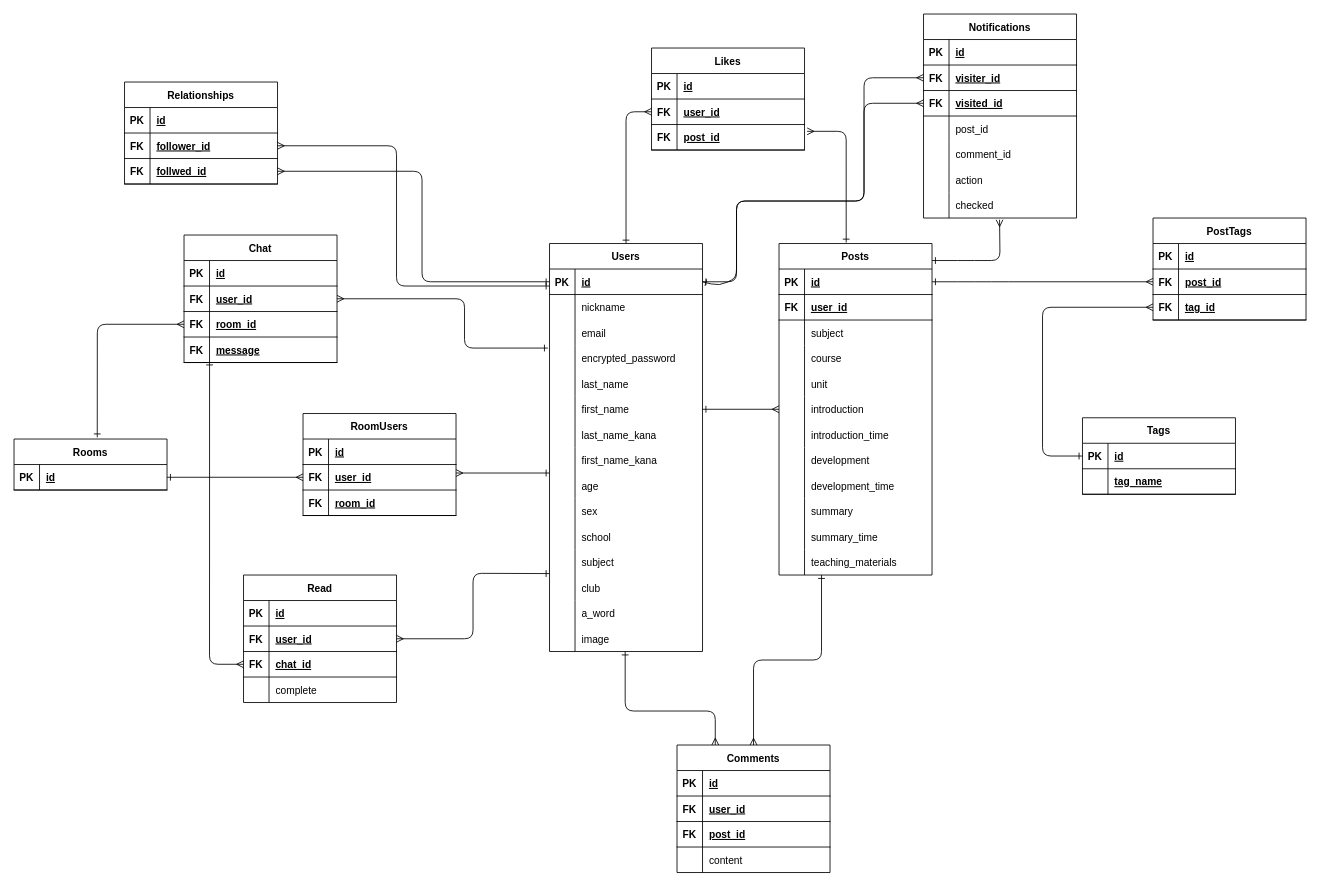
This is kyoyu.dio from honda-gentuki/kyoyu, a draw.io file, before an edit. Source tidied: cells renumbered, new cells numbered last; positions are measured from the earlier drawing's top-left corner, leaving out a move shared by most shapes. Both pictures are drawn from the tidied source at 85%, with x=0, y=0 at pixel (14, 14).
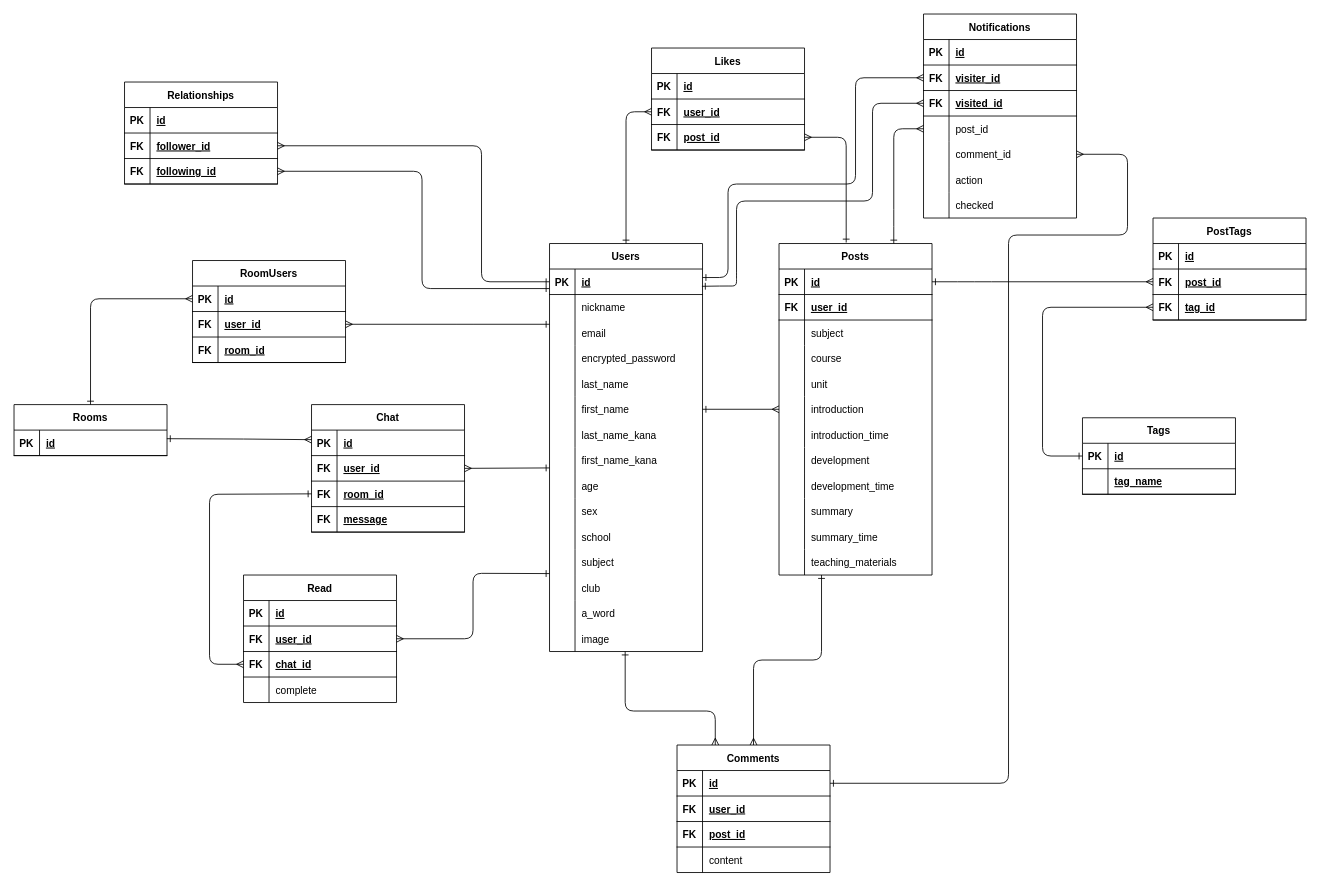
Above is the later version.

Commit message (it also covers changes not shown here):
データベース修正

The change refers to these unchanged cells:
```xml
<mxCell id="3" style="shape=partialRectangle;fillColor=none;top=0;left=0;bottom=1;right=0;points=[[0,0.5],[1,0.5]];portConstraint=eastwest;" parent="2" vertex="1">
  <mxGeometry y="30" width="180" height="30" as="geometry" />
</mxCell>
<mxCell id="12" style="shape=partialRectangle;fillColor=none;top=0;left=0;bottom=0;right=0;points=[[0,0.5],[1,0.5]];portConstraint=eastwest;" parent="2" vertex="1">
  <mxGeometry y="120" width="180" height="30" as="geometry" />
</mxCell>
<mxCell id="27" style="shape=partialRectangle;fillColor=none;top=0;left=0;bottom=0;right=0;points=[[0,0.5],[1,0.5]];portConstraint=eastwest;" parent="2" vertex="1">
  <mxGeometry y="270" width="180" height="30" as="geometry" />
</mxCell>
<mxCell id="48" value="Posts" style="shape=table;startSize=30;childLayout=tableLayout;rowLines=0;fontStyle=1;align=center;" parent="1" vertex="1">
  <mxGeometry x="900" y="270" width="180" height="390" as="geometry" />
</mxCell>
<mxCell id="49" style="shape=partialRectangle;fillColor=none;top=0;left=0;bottom=1;right=0;points=[[0,0.5],[1,0.5]];portConstraint=eastwest;" parent="48" vertex="1">
  <mxGeometry y="30" width="180" height="30" as="geometry" />
</mxCell>
<mxCell id="86" style="shape=partialRectangle;fillColor=none;top=0;left=0;bottom=1;right=0;points=[[0,0.5],[1,0.5]];portConstraint=eastwest;" parent="85" vertex="1">
  <mxGeometry y="30" width="180" height="30" as="geometry" />
</mxCell>
<mxCell id="108" style="shape=partialRectangle;fillColor=none;top=0;left=0;bottom=1;right=0;points=[[0,0.5],[1,0.5]];portConstraint=eastwest;" parent="101" vertex="1">
  <mxGeometry y="90" width="180" height="30" as="geometry" />
</mxCell>
<mxCell id="117" style="shape=partialRectangle;fillColor=none;top=0;left=0;bottom=1;right=0;points=[[0,0.5],[1,0.5]];portConstraint=eastwest;" parent="113" vertex="1">
  <mxGeometry y="60" width="180" height="30" as="geometry" />
</mxCell>
<mxCell id="120" style="shape=partialRectangle;fillColor=none;top=0;left=0;bottom=1;right=0;" parent="113" vertex="1">
  <mxGeometry y="90" width="180" height="30" as="geometry" />
</mxCell>
<mxCell id="124" style="shape=partialRectangle;fillColor=none;top=0;left=0;bottom=1;right=0;points=[[0,0.5],[1,0.5]];portConstraint=eastwest;" parent="123" vertex="1">
  <mxGeometry y="30" width="180" height="30" as="geometry" />
</mxCell>
<mxCell id="128" style="shape=partialRectangle;fillColor=none;top=0;left=0;bottom=1;right=0;points=[[0,0.5],[1,0.5]];portConstraint=eastwest;" parent="127" vertex="1">
  <mxGeometry y="30" width="180" height="30" as="geometry" />
</mxCell>
<mxCell id="131" style="shape=partialRectangle;fillColor=none;top=0;left=0;bottom=1;right=0;points=[[0,0.5],[1,0.5]];portConstraint=eastwest;" parent="127" vertex="1">
  <mxGeometry y="60" width="180" height="30" as="geometry" />
</mxCell>
<mxCell id="138" style="shape=partialRectangle;fillColor=none;top=0;left=0;bottom=1;right=0;points=[[0,0.5],[1,0.5]];portConstraint=eastwest;" parent="137" vertex="1">
  <mxGeometry y="30" width="180" height="30" as="geometry" />
</mxCell>
<mxCell id="141" style="shape=partialRectangle;fillColor=none;top=0;left=0;bottom=1;right=0;points=[[0,0.5],[1,0.5]];portConstraint=eastwest;" parent="137" vertex="1">
  <mxGeometry y="60" width="180" height="30" as="geometry" />
</mxCell>
<mxCell id="144" style="shape=partialRectangle;fillColor=none;top=0;left=0;bottom=1;right=0;points=[[0,0.5],[1,0.5]];portConstraint=eastwest;" parent="137" vertex="1">
  <mxGeometry y="90" width="180" height="30" as="geometry" />
</mxCell>
<mxCell id="147" style="shape=partialRectangle;fillColor=none;top=0;left=0;bottom=1;right=0;points=[[0,0.5],[1,0.5]];portConstraint=eastwest;" parent="137" vertex="1">
  <mxGeometry y="120" width="180" height="30" as="geometry" />
</mxCell>
<mxCell id="160" style="shape=partialRectangle;fillColor=none;top=0;left=0;bottom=1;right=0;points=[[0,0.5],[1,0.5]];portConstraint=eastwest;" parent="156" vertex="1">
  <mxGeometry y="60" width="180" height="30" as="geometry" />
</mxCell>
<mxCell id="179" style="shape=partialRectangle;fillColor=none;top=0;left=0;bottom=1;right=0;points=[[0,0.5],[1,0.5]];portConstraint=eastwest;" parent="175" vertex="1">
  <mxGeometry y="60" width="180" height="30" as="geometry" />
</mxCell>
<mxCell id="182" style="shape=partialRectangle;fillColor=none;top=0;left=0;bottom=1;right=0;points=[[0,0.5],[1,0.5]];portConstraint=eastwest;" parent="175" vertex="1">
  <mxGeometry y="90" width="180" height="30" as="geometry" />
</mxCell>
<mxCell id="185" style="shape=partialRectangle;fillColor=none;top=0;left=0;bottom=0;right=0;points=[[0,0.5],[1,0.5]];portConstraint=eastwest;" parent="175" vertex="1">
  <mxGeometry y="120" width="180" height="30" as="geometry" />
</mxCell>
<mxCell id="188" style="shape=partialRectangle;fillColor=none;top=0;left=0;bottom=0;right=0;points=[[0,0.5],[1,0.5]];portConstraint=eastwest;" parent="175" vertex="1">
  <mxGeometry y="150" width="180" height="30" as="geometry" />
</mxCell>
<mxCell id="194" style="shape=partialRectangle;fillColor=none;top=0;left=0;bottom=0;right=0;points=[[0,0.5],[1,0.5]];portConstraint=eastwest;" parent="175" vertex="1">
  <mxGeometry y="210" width="180" height="30" as="geometry" />
</mxCell>
<mxCell id="207" style="shape=partialRectangle;fillColor=none;top=0;left=0;bottom=1;right=0;points=[[0,0.5],[1,0.5]];portConstraint=eastwest;" parent="200" vertex="1">
  <mxGeometry y="90" width="180" height="30" as="geometry" />
</mxCell>
```

Change to the diagram source:
```diff
@@
-    <mxCell id="111" style="fontSize=12;html=1;endArrow=ERone;startArrow=ERmany;startFill=0;entryX=0.439;entryY=-0.003;entryDx=0;entryDy=0;entryPerimeter=0;exitX=1.017;exitY=0.267;exitDx=0;exitDy=0;exitPerimeter=0;endFill=0;" parent="1" edge="1" source="108" target="48">
+    <mxCell id="111" style="fontSize=12;html=1;endArrow=ERone;startArrow=ERmany;startFill=0;entryX=0.439;entryY=-0.003;entryDx=0;entryDy=0;entryPerimeter=0;exitX=1;exitY=0.5;exitDx=0;exitDy=0;endFill=0;" parent="1" edge="1" source="108" target="48">
       <mxGeometry relative="1" as="geometry">
         <Array as="points">
-          <mxPoint x="979" y="138" />
+          <mxPoint x="979" y="145" />
         </Array>
       </mxGeometry>
     </mxCell>
@@
-    <mxCell id="122" value="follwed_id" style="shape=partialRectangle;fillColor=none;top=0;left=0;bottom=0;right=0;align=left;spacingLeft=6;fontStyle=5;overflow=hidden;" parent="120" vertex="1">
+    <mxCell id="122" value="following_id" style="shape=partialRectangle;fillColor=none;top=0;left=0;bottom=0;right=0;align=left;spacingLeft=6;fontStyle=5;overflow=hidden;" parent="120" vertex="1">
       <mxGeometry x="30" width="150" height="30" as="geometry" />
     </mxCell>
     <mxCell id="123" value="Rooms" style="shape=table;startSize=30;childLayout=tableLayout;rowLines=0;fontStyle=1;align=center;" parent="1" vertex="1">
-      <mxGeometry y="500" width="180" height="60" as="geometry" />
+      <mxGeometry y="459.5" width="180" height="60" as="geometry" />
     </mxCell>
@@
     <mxCell id="127" value="RoomUsers" style="shape=table;startSize=30;childLayout=tableLayout;rowLines=0;fontStyle=1;align=center;" parent="1" vertex="1">
-      <mxGeometry x="340" y="470" width="180" height="120" as="geometry" />
+      <mxGeometry x="210" y="290" width="180" height="120" as="geometry" />
     </mxCell>
@@
     <mxCell id="137" value="Chat" style="shape=table;startSize=30;childLayout=tableLayout;rowLines=0;fontStyle=1;align=center;" parent="1" vertex="1">
-      <mxGeometry x="200" y="260" width="180" height="150" as="geometry" />
+      <mxGeometry x="350" y="459.5" width="180" height="150" as="geometry" />
     </mxCell>
@@
-    <mxCell id="150" style="fontSize=12;html=1;endArrow=ERmany;startArrow=ERone;startFill=0;exitX=0;exitY=0.5;exitDx=0;exitDy=0;" parent="1" edge="1" source="3">
+    <mxCell id="150" style="fontSize=12;html=1;endArrow=ERmany;startArrow=ERone;startFill=0;" parent="1" edge="1">
       <mxGeometry relative="1" as="geometry">
+        <mxPoint x="630" y="323" as="sourcePoint" />
         <mxPoint x="310" y="185" as="targetPoint" />
         <Array as="points">
-          <mxPoint x="480" y="315" />
+          <mxPoint x="480" y="323" />
           <mxPoint x="480" y="185" />
         </Array>
       </mxGeometry>
     </mxCell>
-    <mxCell id="151" style="fontSize=12;html=1;endArrow=ERmany;startArrow=ERone;startFill=0;exitX=0;exitY=0.5;exitDx=0;exitDy=0;entryX=1;entryY=0.5;entryDx=0;entryDy=0;" parent="1" edge="1" target="117">
+    <mxCell id="151" style="fontSize=12;html=1;endArrow=ERmany;startArrow=ERone;startFill=0;entryX=1;entryY=0.5;entryDx=0;entryDy=0;" parent="1" edge="1" target="117">
       <mxGeometry relative="1" as="geometry">
-        <mxPoint x="630" y="320" as="sourcePoint" />
+        <mxPoint x="630" y="315" as="sourcePoint" />
         <Array as="points">
-          <mxPoint x="450" y="320" />
+          <mxPoint x="550" y="315" />
+          <mxPoint x="550" y="155" />
           <mxPoint x="450" y="155" />
         </Array>
       </mxGeometry>
     </mxCell>
-    <mxCell id="152" style="fontSize=12;html=1;endArrow=ERmany;startArrow=ERone;startFill=0;exitX=1;exitY=0.5;exitDx=0;exitDy=0;entryX=0;entryY=0.5;entryDx=0;entryDy=0;" parent="1" edge="1" source="124" target="131">
-      <mxGeometry relative="1" as="geometry" />
+    <mxCell id="152" style="fontSize=12;html=1;endArrow=ERmany;startArrow=ERone;startFill=0;entryX=0;entryY=0.375;entryDx=0;entryDy=0;entryPerimeter=0;exitX=0.999;exitY=0.337;exitDx=0;exitDy=0;exitPerimeter=0;" parent="1" edge="1" source="124" target="138">
+      <mxGeometry relative="1" as="geometry">
+        <Array as="points">
+          <mxPoint x="270" y="500" />
+        </Array>
+      </mxGeometry>
     </mxCell>
-    <mxCell id="153" style="fontSize=12;html=1;endArrow=ERone;startArrow=ERmany;startFill=0;exitX=1;exitY=0.5;exitDx=0;exitDy=0;entryX=0;entryY=0;entryDx=0;entryDy=0;entryPerimeter=0;endFill=0;" parent="1" edge="1" target="27">
+    <mxCell id="153" style="fontSize=12;html=1;endArrow=ERone;startArrow=ERmany;startFill=0;endFill=0;exitX=1;exitY=0.5;exitDx=0;exitDy=0;" parent="1" edge="1" source="141">
       <mxGeometry relative="1" as="geometry">
-        <mxPoint x="520" y="540" as="sourcePoint" />
+        <mxPoint x="630" y="534" as="targetPoint" />
       </mxGeometry>
     </mxCell>
-    <mxCell id="154" style="fontSize=12;html=1;endArrow=ERmany;startArrow=ERone;startFill=0;exitX=0.544;exitY=-0.033;exitDx=0;exitDy=0;entryX=0;entryY=0.5;entryDx=0;entryDy=0;exitPerimeter=0;" parent="1" edge="1" source="123" target="144">
+    <mxCell id="154" style="fontSize=12;html=1;endArrow=ERmany;startArrow=ERone;startFill=0;entryX=0;entryY=0.5;entryDx=0;entryDy=0;exitX=0.5;exitY=0;exitDx=0;exitDy=0;" parent="1" edge="1" source="123" target="128">
       <mxGeometry relative="1" as="geometry">
         <Array as="points">
-          <mxPoint x="98" y="365" />
+          <mxPoint x="90" y="335" />
         </Array>
       </mxGeometry>
     </mxCell>
-    <mxCell id="155" style="fontSize=12;html=1;endArrow=ERmany;startArrow=ERone;startFill=0;exitX=-0.011;exitY=0.1;exitDx=0;exitDy=0;exitPerimeter=0;entryX=1;entryY=0.5;entryDx=0;entryDy=0;" parent="1" edge="1" source="12" target="141">
+    <mxCell id="155" style="fontSize=12;html=1;endArrow=ERmany;startArrow=ERone;startFill=0;entryX=1;entryY=0.5;entryDx=0;entryDy=0;" parent="1" edge="1" target="131">
       <mxGeometry relative="1" as="geometry">
+        <mxPoint x="630" y="365" as="sourcePoint" />
         <Array as="points">
-          <mxPoint x="530" y="393" />
-          <mxPoint x="530" y="335" />
+          <mxPoint x="530" y="365" />
         </Array>
       </mxGeometry>
     </mxCell>
@@
-    <mxCell id="173" style="fontSize=12;html=1;endArrow=ERmany;startArrow=ERone;startFill=0;exitX=1;exitY=0.5;exitDx=0;exitDy=0;entryX=0;entryY=0.5;entryDx=0;entryDy=0;" parent="1" edge="1" source="49" target="160">
+    <mxCell id="173" style="fontSize=12;html=1;endArrow=ERmany;startArrow=ERone;startFill=0;exitX=1;exitY=0.5;exitDx=0;exitDy=0;" parent="1" edge="1" source="49">
       <mxGeometry relative="1" as="geometry">
+        <mxPoint x="1340" y="315" as="targetPoint" />
         <Array as="points">
           <mxPoint x="1120" y="315" />
           <mxPoint x="1160" y="315" />
         </Array>
       </mxGeometry>
     </mxCell>
@@
-    <mxCell id="197" style="fontSize=12;html=1;endArrow=ERmany;startArrow=ERone;startFill=0;exitX=1;exitY=0.5;exitDx=0;exitDy=0;entryX=0;entryY=0.5;entryDx=0;entryDy=0;" parent="1" edge="1" source="3" target="179">
+    <mxCell id="197" style="fontSize=12;html=1;endArrow=ERmany;startArrow=ERone;startFill=0;entryX=0;entryY=0.5;entryDx=0;entryDy=0;" parent="1" edge="1" target="179">
       <mxGeometry relative="1" as="geometry">
+        <mxPoint x="810" y="310" as="sourcePoint" />
         <Array as="points">
-          <mxPoint x="850" y="315" />
-          <mxPoint x="850" y="220" />
-          <mxPoint x="1000" y="220" />
-          <mxPoint x="1000" y="75" />
+          <mxPoint x="840" y="310" />
+          <mxPoint x="840" y="200" />
+          <mxPoint x="990" y="200" />
+          <mxPoint x="990" y="75" />
         </Array>
       </mxGeometry>
     </mxCell>
-    <mxCell id="198" style="fontSize=12;html=1;endArrow=ERmany;startArrow=ERone;startFill=0;exitX=1;exitY=0.5;exitDx=0;exitDy=0;entryX=0;entryY=0.5;entryDx=0;entryDy=0;" parent="1" edge="1" source="3" target="182">
+    <mxCell id="198" style="fontSize=12;html=1;endArrow=ERmany;startArrow=ERone;startFill=0;exitX=0.996;exitY=0.678;exitDx=0;exitDy=0;entryX=0;entryY=0.5;entryDx=0;entryDy=0;exitPerimeter=0;" parent="1" edge="1" source="3" target="182">
       <mxGeometry relative="1" as="geometry">
         <Array as="points">
           <mxPoint x="830" y="320" />
+          <mxPoint x="850" y="320" />
           <mxPoint x="850" y="310" />
           <mxPoint x="850" y="220" />
-          <mxPoint x="1000" y="220" />
-          <mxPoint x="1000" y="105" />
+          <mxPoint x="1010" y="220" />
+          <mxPoint x="1010" y="105" />
         </Array>
       </mxGeometry>
     </mxCell>
-    <mxCell id="199" style="fontSize=12;html=1;endArrow=ERmany;startArrow=ERone;startFill=0;exitX=1;exitY=0.5;exitDx=0;exitDy=0;entryX=0.497;entryY=1.067;entryDx=0;entryDy=0;entryPerimeter=0;" parent="1" edge="1" target="194">
+    <mxCell id="199" style="fontSize=12;html=1;endArrow=ERmany;startArrow=ERone;startFill=0;exitX=0.75;exitY=0;exitDx=0;exitDy=0;entryX=0;entryY=0.5;entryDx=0;entryDy=0;" parent="1" edge="1" source="48" target="185">
       <mxGeometry relative="1" as="geometry">
-        <mxPoint x="1080" y="290" as="sourcePoint" />
         <Array as="points">
-          <mxPoint x="1120" y="290" />
-          <mxPoint x="1160" y="290" />
+          <mxPoint x="1035" y="240" />
+          <mxPoint x="1035" y="135" />
         </Array>
       </mxGeometry>
     </mxCell>
@@
-    <mxCell id="214" style="fontSize=12;html=1;endArrow=ERmany;startArrow=ERone;startFill=0;exitX=0.167;exitY=0.961;exitDx=0;exitDy=0;exitPerimeter=0;entryX=0;entryY=0.5;entryDx=0;entryDy=0;" parent="1" edge="1" source="147" target="207">
+    <mxCell id="214" style="fontSize=12;html=1;endArrow=ERmany;startArrow=ERone;startFill=0;entryX=0;entryY=0.5;entryDx=0;entryDy=0;exitX=0;exitY=0.5;exitDx=0;exitDy=0;" parent="1" edge="1" source="144" target="207">
       <mxGeometry relative="1" as="geometry">
         <Array as="points">
+          <mxPoint x="230" y="565" />
           <mxPoint x="230" y="765" />
         </Array>
       </mxGeometry>
     </mxCell>
+    <mxCell id="215" style="edgeStyle=orthogonalEdgeStyle;fontSize=12;html=1;endArrow=ERmany;startArrow=ERone;startFill=0;exitX=1;exitY=0.5;exitDx=0;exitDy=0;entryX=1;entryY=0.5;entryDx=0;entryDy=0;" parent="1" edge="1" source="86" target="188">
+      <mxGeometry relative="1" as="geometry">
+        <Array as="points">
+          <mxPoint x="1170" y="905" />
+          <mxPoint x="1170" y="260" />
+          <mxPoint x="1310" y="260" />
+          <mxPoint x="1310" y="165" />
+        </Array>
+      </mxGeometry>
+    </mxCell>
```
